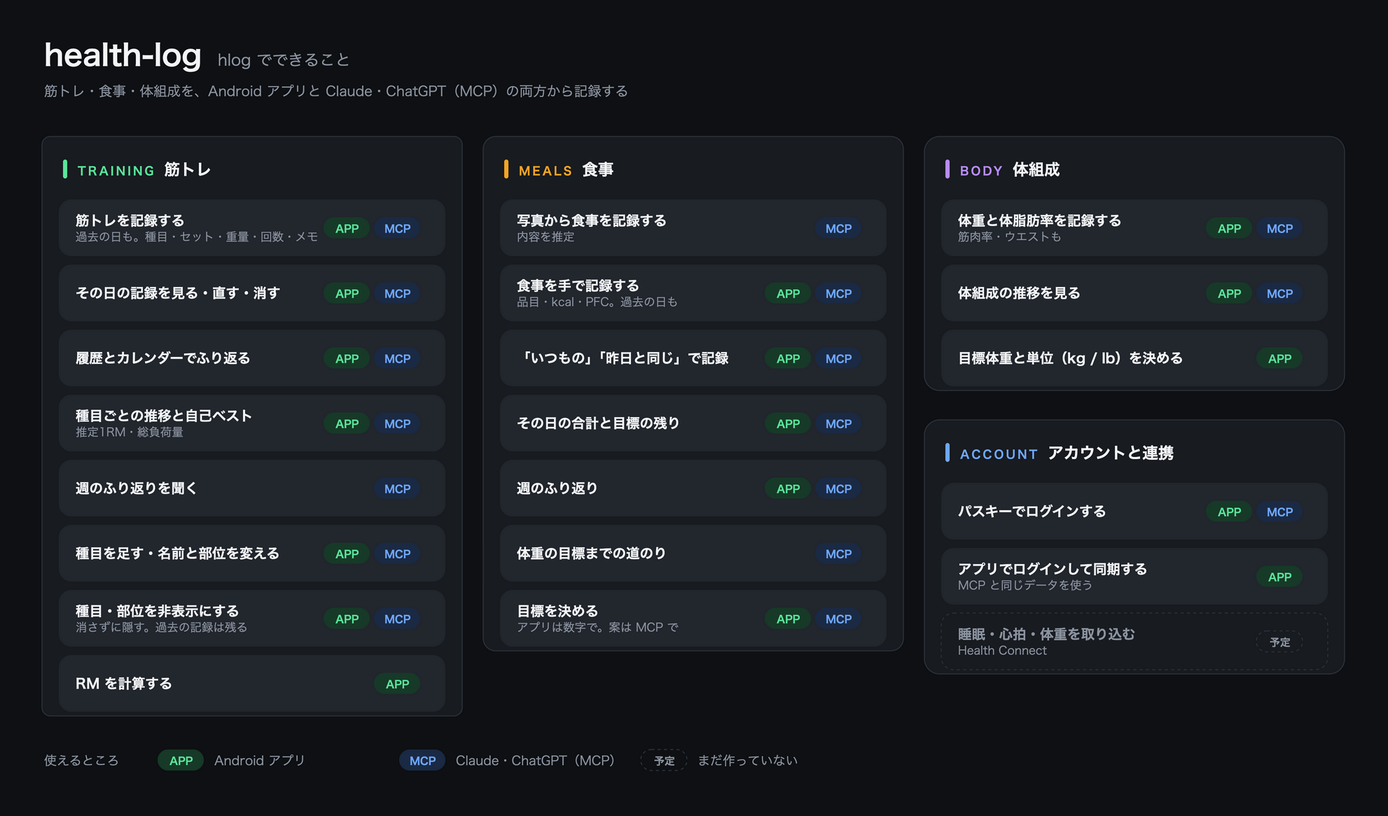
Earlier version of the draw.io export docs/diagrams/usecase.drawio.png (ykitaza/health-log). Source tidied: cells renumbered, new cells last; positions are measured from the earlier drawing's top-left corner, leaving out a move shared by most shapes.
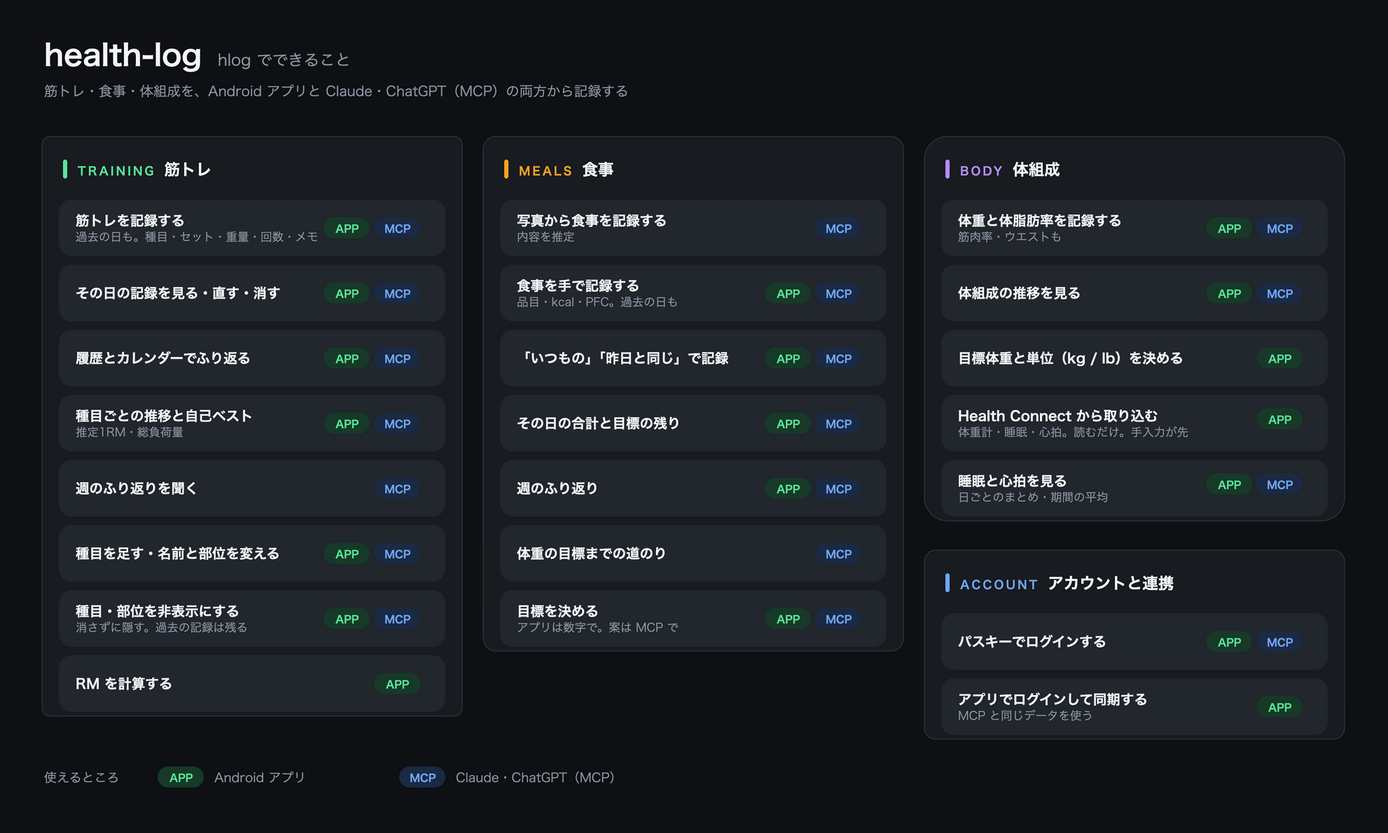
Later version of the same file.

What changed in the source:
```diff
@@ -3,7 +3,7 @@
     <mxCell id="0" />
     <mxCell id="1" parent="0" />
     <mxCell id="2" style="rounded=1;arcSize=2;fillColor=#0E1013;strokeColor=none;" parent="1" vertex="1">
-      <mxGeometry width="1320" height="776" as="geometry" />
+      <mxGeometry width="1320" height="792" as="geometry" />
     </mxCell>
     <mxCell id="3" value="&lt;span style=&quot;font-size:28px;font-weight:700;color:#F3F5F7&quot;&gt;health-log&lt;/span&gt;&lt;span style=&quot;font-size:15px;color:#8C94A1&quot;&gt;　hlog でできること&lt;/span&gt;" style="text;html=1;align=left;verticalAlign=middle;fontFamily=Hiragino Sans;" parent="1" vertex="1">
       <mxGeometry x="40" y="30" width="900" height="44" as="geometry" />
@@ -198,7 +198,7 @@
       <mxGeometry x="728" y="579" width="44" height="20" as="geometry" />
     </mxCell>
     <mxCell id="67" style="rounded=1;arcSize=6;fillColor=#181B20;strokeColor=#2C313A;" parent="1" vertex="1">
-      <mxGeometry x="880" y="130" width="400" height="242" as="geometry" />
+      <mxGeometry x="880" y="130" width="400" height="366" as="geometry" />
     </mxCell>
     <mxCell id="68" style="rounded=1;arcSize=50;fillColor=#B98CFF;strokeColor=none;" parent="1" vertex="1">
       <mxGeometry x="900" y="152" width="4" height="18" as="geometry" />
@@ -239,65 +239,71 @@
     <mxCell id="80" value="APP" style="rounded=1;arcSize=50;html=1;fontSize=10;fontStyle=1;align=center;verticalAlign=middle;fontFamily=Hiragino Sans;fillColor=#173A28;strokeColor=none;fontColor=#5BE49B;" parent="1" vertex="1">
       <mxGeometry x="1196" y="331" width="44" height="20" as="geometry" />
     </mxCell>
+    <mxCell id="101" style="rounded=1;arcSize=22;fillColor=#22262D;strokeColor=none;" parent="1" vertex="1">
+      <mxGeometry x="896" y="376" width="368" height="54" as="geometry" />
+    </mxCell>
+    <mxCell id="102" value="&lt;span style=&quot;font-size:13px;font-weight:700;color:#F3F5F7&quot;&gt;Health Connect から取り込む&lt;/span&gt;&lt;br&gt;&lt;span style=&quot;font-size:11px;color:#8C94A1&quot;&gt;体重計・睡眠・心拍。読むだけ。手入力が先&lt;/span&gt;" style="text;html=1;align=left;verticalAlign=middle;whiteSpace=wrap;fontFamily=Hiragino Sans;" parent="1" vertex="1">
+      <mxGeometry x="910" y="380" width="250" height="46" as="geometry" />
+    </mxCell>
+    <mxCell id="103" value="APP" style="rounded=1;arcSize=50;html=1;fontSize=10;fontStyle=1;align=center;verticalAlign=middle;fontFamily=Hiragino Sans;fillColor=#173A28;strokeColor=none;fontColor=#5BE49B;" parent="1" vertex="1">
+      <mxGeometry x="1196" y="389" width="44" height="20" as="geometry" />
+    </mxCell>
+    <mxCell id="104" style="rounded=1;arcSize=22;fillColor=#22262D;strokeColor=none;" parent="1" vertex="1">
+      <mxGeometry x="896" y="438" width="368" height="54" as="geometry" />
+    </mxCell>
+    <mxCell id="105" value="&lt;span style=&quot;font-size:13px;font-weight:700;color:#F3F5F7&quot;&gt;睡眠と心拍を見る&lt;/span&gt;&lt;br&gt;&lt;span style=&quot;font-size:11px;color:#8C94A1&quot;&gt;日ごとのまとめ・期間の平均&lt;/span&gt;" style="text;html=1;align=left;verticalAlign=middle;whiteSpace=wrap;fontFamily=Hiragino Sans;" parent="1" vertex="1">
+      <mxGeometry x="910" y="442" width="250" height="46" as="geometry" />
+    </mxCell>
+    <mxCell id="106" value="MCP" style="rounded=1;arcSize=50;html=1;fontSize=10;fontStyle=1;align=center;verticalAlign=middle;fontFamily=Hiragino Sans;fillColor=#1B2A44;strokeColor=none;fontColor=#6FA8FF;" parent="1" vertex="1">
+      <mxGeometry x="1196" y="451" width="44" height="20" as="geometry" />
+    </mxCell>
+    <mxCell id="107" value="APP" style="rounded=1;arcSize=50;html=1;fontSize=10;fontStyle=1;align=center;verticalAlign=middle;fontFamily=Hiragino Sans;fillColor=#173A28;strokeColor=none;fontColor=#5BE49B;" parent="1" vertex="1">
+      <mxGeometry x="1148" y="451" width="44" height="20" as="geometry" />
+    </mxCell>
     <mxCell id="81" style="rounded=1;arcSize=6;fillColor=#181B20;strokeColor=#2C313A;" parent="1" vertex="1">
-      <mxGeometry x="880" y="400" width="400" height="242" as="geometry" />
+      <mxGeometry x="880" y="524" width="400" height="180" as="geometry" />
     </mxCell>
     <mxCell id="82" style="rounded=1;arcSize=50;fillColor=#6FA8FF;strokeColor=none;" parent="1" vertex="1">
-      <mxGeometry x="900" y="422" width="4" height="18" as="geometry" />
+      <mxGeometry x="900" y="546" width="4" height="18" as="geometry" />
     </mxCell>
     <mxCell id="83" value="&lt;span style=&quot;font-size:11px;font-weight:700;letter-spacing:2px;color:#6FA8FF&quot;&gt;ACCOUNT&lt;/span&gt;&amp;nbsp;&amp;nbsp;&lt;span style=&quot;font-size:15px;font-weight:700;color:#F3F5F7&quot;&gt;アカウントと連携&lt;/span&gt;" style="text;html=1;align=left;verticalAlign=middle;fontFamily=Hiragino Sans;" parent="1" vertex="1">
-      <mxGeometry x="912" y="416" width="300" height="30" as="geometry" />
+      <mxGeometry x="912" y="540" width="300" height="30" as="geometry" />
     </mxCell>
     <mxCell id="84" style="rounded=1;arcSize=22;fillColor=#22262D;strokeColor=none;" parent="1" vertex="1">
-      <mxGeometry x="896" y="460" width="368" height="54" as="geometry" />
+      <mxGeometry x="896" y="584" width="368" height="54" as="geometry" />
     </mxCell>
     <mxCell id="85" value="&lt;span style=&quot;font-size:13px;font-weight:700;color:#F3F5F7&quot;&gt;パスキーでログインする&lt;/span&gt;" style="text;html=1;align=left;verticalAlign=middle;whiteSpace=wrap;fontFamily=Hiragino Sans;" parent="1" vertex="1">
-      <mxGeometry x="910" y="464" width="250" height="46" as="geometry" />
+      <mxGeometry x="910" y="588" width="250" height="46" as="geometry" />
     </mxCell>
     <mxCell id="86" value="MCP" style="rounded=1;arcSize=50;html=1;fontSize=10;fontStyle=1;align=center;verticalAlign=middle;fontFamily=Hiragino Sans;fillColor=#1B2A44;strokeColor=none;fontColor=#6FA8FF;" parent="1" vertex="1">
-      <mxGeometry x="1196" y="477" width="44" height="20" as="geometry" />
+      <mxGeometry x="1196" y="601" width="44" height="20" as="geometry" />
     </mxCell>
     <mxCell id="87" value="APP" style="rounded=1;arcSize=50;html=1;fontSize=10;fontStyle=1;align=center;verticalAlign=middle;fontFamily=Hiragino Sans;fillColor=#173A28;strokeColor=none;fontColor=#5BE49B;" parent="1" vertex="1">
-      <mxGeometry x="1148" y="477" width="44" height="20" as="geometry" />
+      <mxGeometry x="1148" y="601" width="44" height="20" as="geometry" />
     </mxCell>
     <mxCell id="88" style="rounded=1;arcSize=22;fillColor=#22262D;strokeColor=none;" parent="1" vertex="1">
-      <mxGeometry x="896" y="522" width="368" height="54" as="geometry" />
+      <mxGeometry x="896" y="646" width="368" height="54" as="geometry" />
     </mxCell>
     <mxCell id="89" value="&lt;span style=&quot;font-size:13px;font-weight:700;color:#F3F5F7&quot;&gt;アプリでログインして同期する&lt;/span&gt;&lt;br&gt;&lt;span style=&quot;font-size:11px;color:#8C94A1&quot;&gt;MCP と同じデータを使う&lt;/span&gt;" style="text;html=1;align=left;verticalAlign=middle;whiteSpace=wrap;fontFamily=Hiragino Sans;" parent="1" vertex="1">
-      <mxGeometry x="910" y="526" width="250" height="46" as="geometry" />
+      <mxGeometry x="910" y="650" width="250" height="46" as="geometry" />
     </mxCell>
     <mxCell id="90" value="APP" style="rounded=1;arcSize=50;html=1;fontSize=10;fontStyle=1;align=center;verticalAlign=middle;fontFamily=Hiragino Sans;fillColor=#173A28;strokeColor=none;fontColor=#5BE49B;" parent="1" vertex="1">
-      <mxGeometry x="1196" y="539" width="44" height="20" as="geometry" />
+      <mxGeometry x="1196" y="663" width="44" height="20" as="geometry" />
     </mxCell>
-    <mxCell id="91" style="rounded=1;arcSize=22;fillColor=none;strokeColor=#2C313A;dashed=1;" parent="1" vertex="1">
-      <mxGeometry x="896" y="584" width="368" height="54" as="geometry" />
-    </mxCell>
-    <mxCell id="92" value="&lt;span style=&quot;font-size:13px;font-weight:700;color:#8C94A1&quot;&gt;睡眠・心拍・体重を取り込む&lt;/span&gt;&lt;br&gt;&lt;span style=&quot;font-size:11px;color:#8C94A1&quot;&gt;Health Connect&lt;/span&gt;" style="text;html=1;align=left;verticalAlign=middle;whiteSpace=wrap;fontFamily=Hiragino Sans;" parent="1" vertex="1">
-      <mxGeometry x="910" y="588" width="250" height="46" as="geometry" />
-    </mxCell>
-    <mxCell id="93" value="予定" style="rounded=1;arcSize=50;html=1;fontSize=10;fontStyle=1;align=center;verticalAlign=middle;fontFamily=Hiragino Sans;fillColor=none;strokeColor=#2C313A;dashed=1;fontColor=#8C94A1;" parent="1" vertex="1">
-      <mxGeometry x="1196" y="601" width="44" height="20" as="geometry" />
-    </mxCell>
     <mxCell id="94" value="&lt;span style=&quot;color:#8C94A1;font-size:12px&quot;&gt;使えるところ&lt;/span&gt;" style="text;html=1;align=left;verticalAlign=middle;fontFamily=Hiragino Sans;" parent="1" vertex="1">
-      <mxGeometry x="40" y="714" width="100" height="20" as="geometry" />
+      <mxGeometry x="40" y="730" width="100" height="20" as="geometry" />
     </mxCell>
     <mxCell id="95" value="APP" style="rounded=1;arcSize=50;html=1;fontSize=10;fontStyle=1;align=center;verticalAlign=middle;fontFamily=Hiragino Sans;fillColor=#173A28;strokeColor=none;fontColor=#5BE49B;" parent="1" vertex="1">
-      <mxGeometry x="150" y="714" width="44" height="20" as="geometry" />
+      <mxGeometry x="150" y="730" width="44" height="20" as="geometry" />
     </mxCell>
     <mxCell id="96" value="&lt;span style=&quot;color:#8C94A1;font-size:12px&quot;&gt;Android アプリ&lt;/span&gt;" style="text;html=1;align=left;verticalAlign=middle;fontFamily=Hiragino Sans;" parent="1" vertex="1">
-      <mxGeometry x="202" y="714" width="170" height="20" as="geometry" />
+      <mxGeometry x="202" y="730" width="170" height="20" as="geometry" />
     </mxCell>
     <mxCell id="97" value="MCP" style="rounded=1;arcSize=50;html=1;fontSize=10;fontStyle=1;align=center;verticalAlign=middle;fontFamily=Hiragino Sans;fillColor=#1B2A44;strokeColor=none;fontColor=#6FA8FF;" parent="1" vertex="1">
-      <mxGeometry x="380" y="714" width="44" height="20" as="geometry" />
+      <mxGeometry x="380" y="730" width="44" height="20" as="geometry" />
     </mxCell>
     <mxCell id="98" value="&lt;span style=&quot;color:#8C94A1;font-size:12px&quot;&gt;Claude・ChatGPT（MCP）&lt;/span&gt;" style="text;html=1;align=left;verticalAlign=middle;fontFamily=Hiragino Sans;" parent="1" vertex="1">
-      <mxGeometry x="432" y="714" width="170" height="20" as="geometry" />
+      <mxGeometry x="432" y="730" width="170" height="20" as="geometry" />
     </mxCell>
-    <mxCell id="99" value="予定" style="rounded=1;arcSize=50;html=1;fontSize=10;fontStyle=1;align=center;verticalAlign=middle;fontFamily=Hiragino Sans;fillColor=none;strokeColor=#2C313A;dashed=1;fontColor=#8C94A1;" parent="1" vertex="1">
-      <mxGeometry x="610" y="714" width="44" height="20" as="geometry" />
-    </mxCell>
-    <mxCell id="100" value="&lt;span style=&quot;color:#8C94A1;font-size:12px&quot;&gt;まだ作っていない&lt;/span&gt;" style="text;html=1;align=left;verticalAlign=middle;fontFamily=Hiragino Sans;" parent="1" vertex="1">
-      <mxGeometry x="662" y="714" width="170" height="20" as="geometry" />
-    </mxCell>
   </root>
 </mxGraphModel>
```
